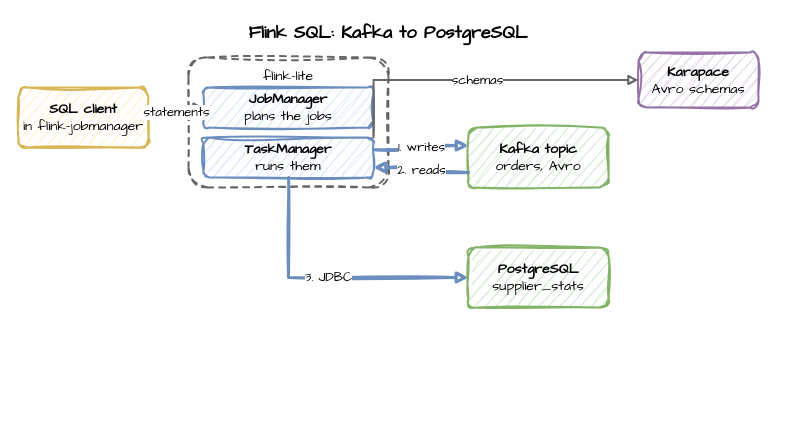
The draw.io diagram docs/images/path-flink-sql.drawio in jaehyeon-kim/odctl, before the edit. Source tidied: cells renumbered, new cells numbered last; positions are measured from the earlier drawing's top-left corner, leaving out a move shared by most shapes. Both pictures are drawn from the tidied source at 100%, with x=0, y=0 at pixel (18, 17).
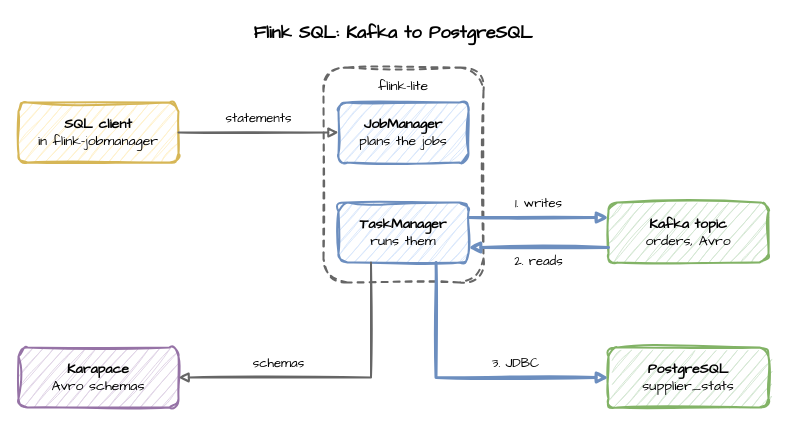
The same page after the edit.

The edit, as a diff of the source:
```diff
@@
 <mxGraphModel>
   <root>
     <mxCell id="0" />
     <mxCell id="1" parent="0" />
     <mxCell id="2" value="Flink SQL: Kafka to PostgreSQL" style="text;html=1;align=center;verticalAlign=middle;whiteSpace=wrap;fontFamily=Comic Sans MS;fontSize=18;fontStyle=1;" parent="1" vertex="1">
-      <mxGeometry width="740" height="30" as="geometry" />
+      <mxGeometry width="750" height="30" as="geometry" />
     </mxCell>
     <mxCell id="3" value="&lt;b&gt;SQL client&lt;/b&gt;&lt;br&gt;in flink-jobmanager" style="rounded=1;whiteSpace=wrap;html=1;sketch=1;curveFitting=1;jiggle=2;fontFamily=Comic Sans MS;fontSize=14;strokeWidth=2;fillColor=#fff2cc;strokeColor=#d6b656;" parent="1" vertex="1">
-      <mxGeometry y="70" width="130" height="60" as="geometry" />
+      <mxGeometry y="85" width="160" height="60" as="geometry" />
     </mxCell>
     <mxCell id="4" value="flink-lite" style="rounded=1;whiteSpace=wrap;html=1;sketch=1;curveFitting=1;jiggle=2;fontFamily=Comic Sans MS;fontSize=14;fillColor=none;strokeColor=#666666;strokeWidth=2;dashed=1;verticalAlign=top;align=center;spacingTop=4;" parent="1" vertex="1">
-      <mxGeometry x="170" y="40" width="200" height="130" as="geometry" />
+      <mxGeometry x="305" y="50" width="160" height="215" as="geometry" />
     </mxCell>
     <mxCell id="5" value="&lt;b&gt;JobManager&lt;/b&gt;&lt;br&gt;plans the jobs" style="rounded=1;whiteSpace=wrap;html=1;sketch=1;curveFitting=1;jiggle=2;fontFamily=Comic Sans MS;fontSize=14;strokeWidth=2;fillColor=#dae8fc;strokeColor=#6c8ebf;" parent="1" vertex="1">
-      <mxGeometry x="185" y="70" width="170" height="40" as="geometry" />
+      <mxGeometry x="320" y="85" width="130" height="60" as="geometry" />
     </mxCell>
     <mxCell id="6" value="&lt;b&gt;TaskManager&lt;/b&gt;&lt;br&gt;runs them" style="rounded=1;whiteSpace=wrap;html=1;sketch=1;curveFitting=1;jiggle=2;fontFamily=Comic Sans MS;fontSize=14;strokeWidth=2;fillColor=#dae8fc;strokeColor=#6c8ebf;" parent="1" vertex="1">
-      <mxGeometry x="185" y="120" width="170" height="40" as="geometry" />
+      <mxGeometry x="320" y="185" width="130" height="60" as="geometry" />
     </mxCell>
     <mxCell id="7" value="&lt;b&gt;Kafka topic&lt;/b&gt;&lt;br&gt;orders, Avro" style="rounded=1;whiteSpace=wrap;html=1;sketch=1;curveFitting=1;jiggle=2;fontFamily=Comic Sans MS;fontSize=14;strokeWidth=2;fillColor=#d5e8d4;strokeColor=#82b366;" parent="1" vertex="1">
-      <mxGeometry x="450" y="110" width="140" height="60" as="geometry" />
+      <mxGeometry x="590" y="185" width="160" height="60" as="geometry" />
     </mxCell>
     <mxCell id="8" value="&lt;b&gt;Karapace&lt;/b&gt;&lt;br&gt;Avro schemas" style="rounded=1;whiteSpace=wrap;html=1;sketch=1;curveFitting=1;jiggle=2;fontFamily=Comic Sans MS;fontSize=14;strokeWidth=2;fillColor=#e1d5e7;strokeColor=#9673a6;" parent="1" vertex="1">
-      <mxGeometry x="620" y="35" width="120" height="55" as="geometry" />
+      <mxGeometry y="330" width="160" height="60" as="geometry" />
     </mxCell>
     <mxCell id="9" value="&lt;b&gt;PostgreSQL&lt;/b&gt;&lt;br&gt;supplier_stats" style="rounded=1;whiteSpace=wrap;html=1;sketch=1;curveFitting=1;jiggle=2;fontFamily=Comic Sans MS;fontSize=14;strokeWidth=2;fillColor=#d5e8d4;strokeColor=#82b366;" parent="1" vertex="1">
-      <mxGeometry x="450" y="230" width="140" height="60" as="geometry" />
+      <mxGeometry x="590" y="330" width="160" height="60" as="geometry" />
     </mxCell>
     <mxCell id="10" value="statements" style="edgeStyle=orthogonalEdgeStyle;rounded=0;sketch=1;html=1;endArrow=block;fontFamily=Comic Sans MS;fontSize=13;labelBackgroundColor=#ffffff;strokeWidth=2;strokeColor=#666666;" parent="1" edge="1" source="3" target="5">
-      <mxGeometry relative="1" as="geometry" />
+      <mxGeometry relative="1" as="geometry">
+        <mxPoint y="-14" as="offset" />
+      </mxGeometry>
     </mxCell>
-    <mxCell id="11" value="1. writes" style="edgeStyle=orthogonalEdgeStyle;rounded=0;sketch=1;html=1;endArrow=block;fontFamily=Comic Sans MS;fontSize=13;labelBackgroundColor=#ffffff;strokeWidth=3;strokeColor=#6c8ebf;exitX=1;exitY=0.3;exitDx=0;exitDy=0;entryX=0;entryY=0.3;entryDx=0;entryDy=0;" parent="1" edge="1" source="6" target="7">
-      <mxGeometry relative="1" as="geometry" />
+    <mxCell id="11" value="1. writes" style="edgeStyle=orthogonalEdgeStyle;rounded=0;sketch=1;html=1;endArrow=block;fontFamily=Comic Sans MS;fontSize=13;labelBackgroundColor=#ffffff;strokeWidth=3;strokeColor=#6c8ebf;exitX=1;exitY=0.25;exitDx=0;exitDy=0;entryX=0;entryY=0.25;entryDx=0;entryDy=0;" parent="1" edge="1" source="6" target="7">
+      <mxGeometry relative="1" as="geometry">
+        <mxPoint y="-14" as="offset" />
+      </mxGeometry>
     </mxCell>
     <mxCell id="12" value="2. reads" style="edgeStyle=orthogonalEdgeStyle;rounded=0;sketch=1;html=1;endArrow=block;fontFamily=Comic Sans MS;fontSize=13;labelBackgroundColor=#ffffff;strokeWidth=3;strokeColor=#6c8ebf;exitX=0;exitY=0.75;exitDx=0;exitDy=0;entryX=1;entryY=0.75;entryDx=0;entryDy=0;" parent="1" edge="1" source="7" target="6">
-      <mxGeometry relative="1" as="geometry" />
+      <mxGeometry relative="1" as="geometry">
+        <mxPoint y="14" as="offset" />
+      </mxGeometry>
     </mxCell>
-    <mxCell id="13" value="3. JDBC" style="edgeStyle=orthogonalEdgeStyle;rounded=0;sketch=1;html=1;endArrow=block;fontFamily=Comic Sans MS;fontSize=13;labelBackgroundColor=#ffffff;strokeWidth=3;strokeColor=#6c8ebf;exitX=0.5;exitY=1;exitDx=0;exitDy=0;entryX=0;entryY=0.5;entryDx=0;entryDy=0;" parent="1" edge="1" source="6" target="9">
-      <mxGeometry relative="1" as="geometry" />
+    <mxCell id="13" value="3. JDBC" style="edgeStyle=orthogonalEdgeStyle;rounded=0;sketch=1;html=1;endArrow=block;fontFamily=Comic Sans MS;fontSize=13;labelBackgroundColor=#ffffff;strokeWidth=3;strokeColor=#6c8ebf;exitX=0.75;exitY=1;exitDx=0;exitDy=0;entryX=0;entryY=0.5;entryDx=0;entryDy=0;" parent="1" edge="1" source="6" target="9">
+      <mxGeometry x="0.35" relative="1" as="geometry">
+        <mxPoint y="-14" as="offset" />
+      </mxGeometry>
     </mxCell>
-    <mxCell id="14" value="schemas" style="edgeStyle=orthogonalEdgeStyle;rounded=0;sketch=1;html=1;endArrow=block;fontFamily=Comic Sans MS;fontSize=13;labelBackgroundColor=#ffffff;strokeWidth=2;strokeColor=#666666;exitX=1;exitY=0;exitDx=0;exitDy=0;entryX=0;entryY=0.5;entryDx=0;entryDy=0;" parent="1" edge="1" source="6" target="8">
-      <mxGeometry relative="1" as="geometry" />
+    <mxCell id="14" value="schemas" style="edgeStyle=orthogonalEdgeStyle;rounded=0;sketch=1;html=1;endArrow=block;fontFamily=Comic Sans MS;fontSize=13;labelBackgroundColor=#ffffff;strokeWidth=2;strokeColor=#666666;exitX=0.25;exitY=1;exitDx=0;exitDy=0;entryX=1;entryY=0.5;entryDx=0;entryDy=0;" parent="1" edge="1" source="6" target="8">
+      <mxGeometry x="0.35" relative="1" as="geometry">
+        <mxPoint y="-14" as="offset" />
+      </mxGeometry>
     </mxCell>
   </root>
 </mxGraphModel>
```
